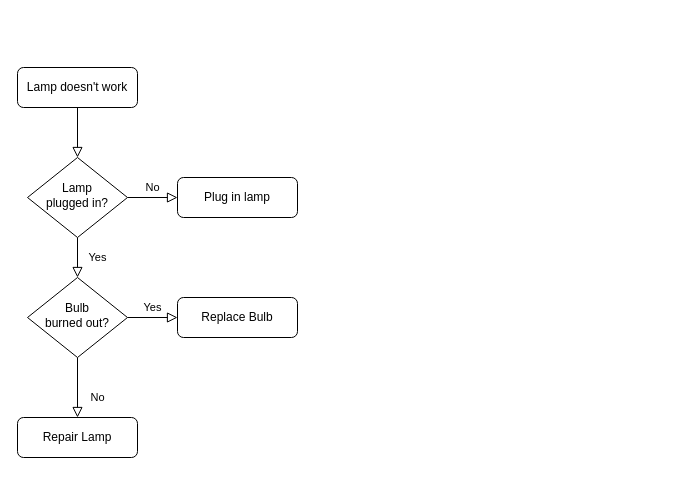
trox0ne/diograms keeps this draw.io diagram as Алгоритм_передачи_через_РС.drawio. Above is the earlier version. Source tidied: cells renumbered, new cells numbered last; positions are measured from the earlier drawing's top-left corner, leaving out a move shared by most shapes. Both pictures are drawn from the tidied source at 100%, with x=0, y=0 at pixel (17, 67).
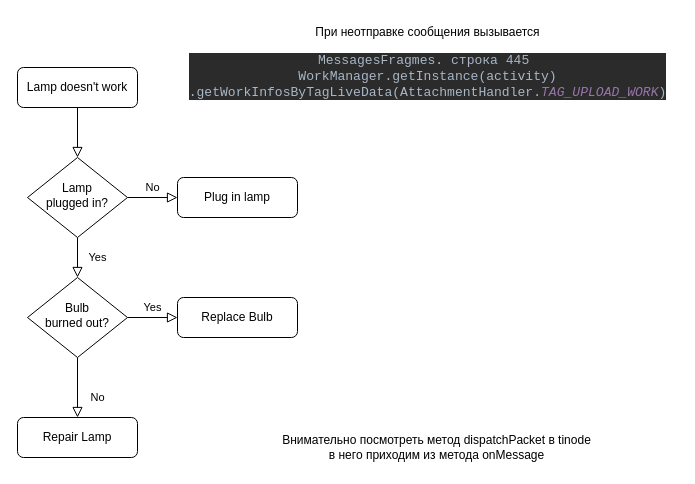
The same page after the edit.

Change to the diagram source:
```diff
@@
 <mxGraphModel>
   <root>
     <mxCell id="0" />
     <mxCell id="1" parent="0" />
     <mxCell id="2" style="rounded=0;html=1;jettySize=auto;fontSize=11;endArrow=block;endFill=0;endSize=8;strokeWidth=1;shadow=0;labelBackgroundColor=none;edgeStyle=orthogonalEdgeStyle;" parent="1" edge="1" source="3" target="6">
       <mxGeometry relative="1" as="geometry" />
     </mxCell>
     <mxCell id="3" value="Lamp doesn't work" style="rounded=1;whiteSpace=wrap;html=1;fontSize=12;glass=0;strokeWidth=1;shadow=0;" parent="1" vertex="1">
       <mxGeometry width="120" height="40" as="geometry" />
     </mxCell>
     <mxCell id="4" value="Yes" style="rounded=0;html=1;jettySize=auto;fontSize=11;endArrow=block;endFill=0;endSize=8;strokeWidth=1;shadow=0;labelBackgroundColor=none;edgeStyle=orthogonalEdgeStyle;" parent="1" edge="1" source="6" target="10">
       <mxGeometry y="20" relative="1" as="geometry" />
     </mxCell>
     <mxCell id="5" value="No" style="edgeStyle=orthogonalEdgeStyle;rounded=0;html=1;jettySize=auto;fontSize=11;endArrow=block;endFill=0;endSize=8;strokeWidth=1;shadow=0;labelBackgroundColor=none;" parent="1" edge="1" source="6" target="7">
       <mxGeometry y="10" relative="1" as="geometry" />
     </mxCell>
     <mxCell id="6" value="Lamp&lt;br&gt;plugged in?" style="rhombus;whiteSpace=wrap;html=1;shadow=0;fontFamily=Helvetica;fontSize=12;align=center;strokeWidth=1;spacing=6;spacingTop=-4;" parent="1" vertex="1">
       <mxGeometry x="10" y="90" width="100" height="80" as="geometry" />
     </mxCell>
     <mxCell id="7" value="Plug in lamp" style="rounded=1;whiteSpace=wrap;html=1;fontSize=12;glass=0;strokeWidth=1;shadow=0;" parent="1" vertex="1">
       <mxGeometry x="160" y="110" width="120" height="40" as="geometry" />
     </mxCell>
     <mxCell id="8" value="No" style="rounded=0;html=1;jettySize=auto;fontSize=11;endArrow=block;endFill=0;endSize=8;strokeWidth=1;shadow=0;labelBackgroundColor=none;edgeStyle=orthogonalEdgeStyle;" parent="1" edge="1" source="10" target="11">
       <mxGeometry x="0.33" y="20" relative="1" as="geometry" />
     </mxCell>
     <mxCell id="9" value="Yes" style="edgeStyle=orthogonalEdgeStyle;rounded=0;html=1;jettySize=auto;fontSize=11;endArrow=block;endFill=0;endSize=8;strokeWidth=1;shadow=0;labelBackgroundColor=none;" parent="1" edge="1" source="10" target="12">
       <mxGeometry y="10" relative="1" as="geometry" />
     </mxCell>
     <mxCell id="10" value="Bulb&lt;br&gt;burned out?" style="rhombus;whiteSpace=wrap;html=1;shadow=0;fontFamily=Helvetica;fontSize=12;align=center;strokeWidth=1;spacing=6;spacingTop=-4;" parent="1" vertex="1">
       <mxGeometry x="10" y="210" width="100" height="80" as="geometry" />
     </mxCell>
     <mxCell id="11" value="Repair Lamp" style="rounded=1;whiteSpace=wrap;html=1;fontSize=12;glass=0;strokeWidth=1;shadow=0;" parent="1" vertex="1">
       <mxGeometry y="350" width="120" height="40" as="geometry" />
     </mxCell>
     <mxCell id="12" value="Replace Bulb" style="rounded=1;whiteSpace=wrap;html=1;fontSize=12;glass=0;strokeWidth=1;shadow=0;" parent="1" vertex="1">
       <mxGeometry x="160" y="230" width="120" height="40" as="geometry" />
     </mxCell>
+    <mxCell id="13" value="При неотправке сообщения вызывается&lt;br&gt;&lt;br&gt;&lt;div style=&quot;background-color: rgb(43, 43, 43); color: rgb(169, 183, 198); font-family: &amp;quot;JetBrains Mono&amp;quot;, monospace; font-size: 9.8pt;&quot;&gt;MessagesFragmes. строка 445&amp;nbsp;&lt;/div&gt;&lt;div style=&quot;background-color: rgb(43, 43, 43); color: rgb(169, 183, 198); font-family: &amp;quot;JetBrains Mono&amp;quot;, monospace; font-size: 9.8pt;&quot;&gt;WorkManager.getInstance(activity)&lt;/div&gt;&lt;div style=&quot;background-color: rgb(43, 43, 43); color: rgb(169, 183, 198); font-family: &amp;quot;JetBrains Mono&amp;quot;, monospace; font-size: 9.8pt;&quot;&gt;.getWorkInfosByTagLiveData(AttachmentHandler.&lt;span style=&quot;color:#9876aa;font-style:italic;&quot;&gt;TAG_UPLOAD_WORK&lt;/span&gt;)&lt;/div&gt;" style="text;html=1;align=center;verticalAlign=middle;strokeColor=none;fillColor=none;" parent="1" vertex="1">
+      <mxGeometry x="160" y="-50" width="500" height="90" as="geometry" />
+    </mxCell>
+    <mxCell id="14" value="Внимательно посмотреть метод dispatchPacket в tinode&lt;br&gt;в него приходим из метода onMessage" style="text;html=1;align=center;verticalAlign=middle;strokeColor=none;fillColor=none;" parent="1" vertex="1">
+      <mxGeometry x="254" y="360" width="330" height="40" as="geometry" />
+    </mxCell>
   </root>
 </mxGraphModel>
```
